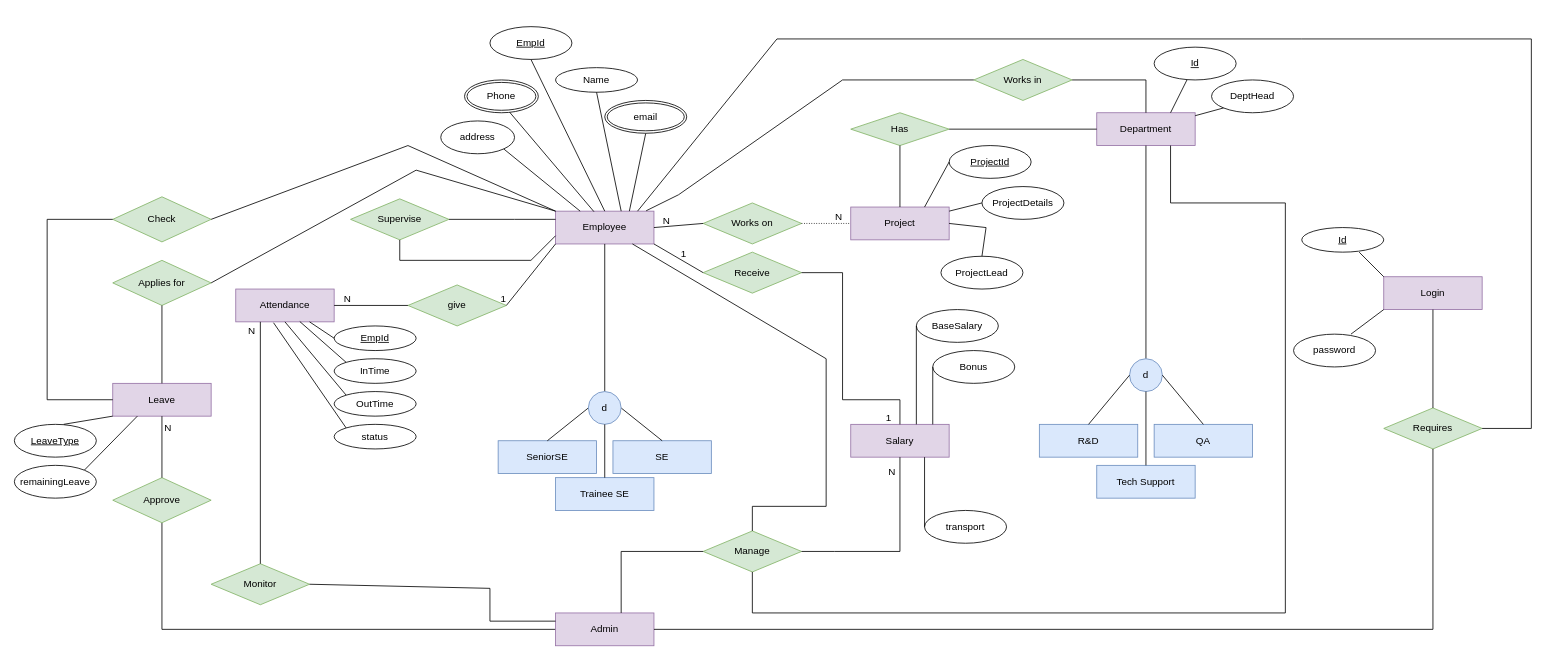
This is ERD/EER_Software.drawio from nabilah-h-s/NSL, a draw.io file, before an edit. Source tidied: cells renumbered, new cells numbered last; positions are measured from the earlier drawing's top-left corner, leaving out a move shared by most shapes. Both pictures are drawn from the tidied source at 82%, with x=0, y=0 at pixel (14, 26).
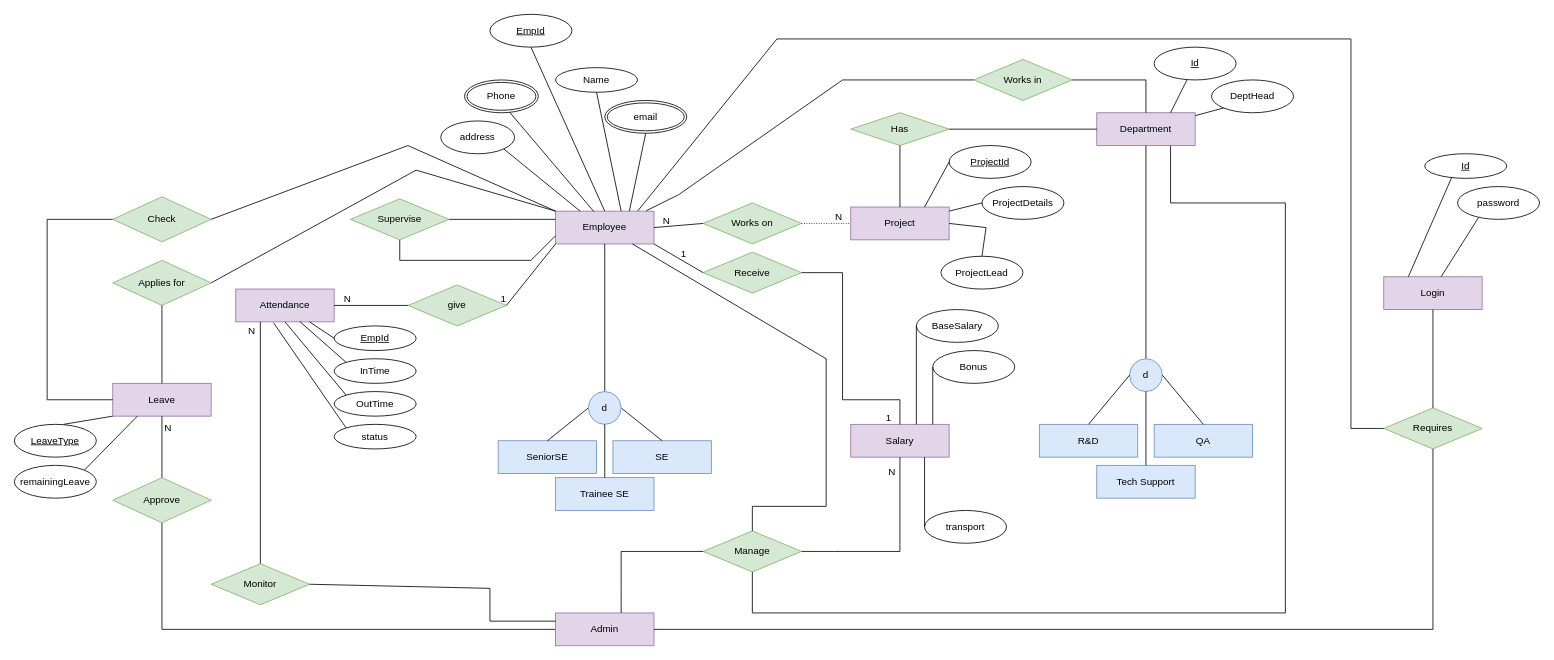
After the change.

The change refers to these unchanged cells:
```xml
<mxCell id="92" value="Login" style="rounded=0;whiteSpace=wrap;html=1;fillColor=#e1d5e7;strokeColor=#9673a6;" parent="1" vertex="1">
  <mxGeometry x="1670" y="305" width="120" height="40" as="geometry" />
</mxCell>
<mxCell id="95" value="Requires" style="shape=rhombus;perimeter=rhombusPerimeter;whiteSpace=wrap;html=1;align=center;fillColor=#d5e8d4;strokeColor=#82b366;" parent="1" vertex="1">
  <mxGeometry x="1670" y="465" width="120" height="50" as="geometry" />
</mxCell>
```

Change to the diagram source:
```diff
@@
     <mxCell id="13" value="EmpId" style="ellipse;whiteSpace=wrap;html=1;align=center;fontStyle=4;" parent="1" vertex="1">
-      <mxGeometry x="580" width="100" height="40" as="geometry" />
+      <mxGeometry x="580" y="-15" width="100" height="40" as="geometry" />
     </mxCell>
@@
     <mxCell id="77" value="password" style="ellipse;whiteSpace=wrap;html=1;" parent="1" vertex="1">
-      <mxGeometry x="1560" y="375" width="100" height="40" as="geometry" />
+      <mxGeometry x="1760" y="195" width="100" height="40" as="geometry" />
     </mxCell>
@@
     <mxCell id="91" value="Id" style="ellipse;whiteSpace=wrap;html=1;align=center;fontStyle=4;" parent="1" vertex="1">
-      <mxGeometry x="1570" y="245" width="100" height="30" as="geometry" />
+      <mxGeometry x="1720" y="155" width="100" height="30" as="geometry" />
     </mxCell>
@@
-    <mxCell id="93" style="endArrow=none;html=1;rounded=0;exitX=0;exitY=0;exitDx=0;exitDy=0;" parent="1" edge="1" source="92">
-      <mxGeometry relative="1" as="geometry">
-        <mxPoint x="1640" y="275" as="targetPoint" />
-      </mxGeometry>
+    <mxCell id="93" style="endArrow=none;html=1;rounded=0;exitX=0.25;exitY=0;exitDx=0;exitDy=0;entryX=0.328;entryY=0.967;entryDx=0;entryDy=0;entryPerimeter=0;" parent="1" edge="1" source="92" target="91">
+      <mxGeometry relative="1" as="geometry" />
     </mxCell>
-    <mxCell id="94" style="endArrow=none;html=1;rounded=0;exitX=0;exitY=1;exitDx=0;exitDy=0;entryX=0.7;entryY=0;entryDx=0;entryDy=0;entryPerimeter=0;" parent="1" edge="1" source="92" target="77">
+    <mxCell id="94" style="endArrow=none;html=1;rounded=0;entryX=0.256;entryY=0.945;entryDx=0;entryDy=0;exitX=0.583;exitY=0;exitDx=0;exitDy=0;exitPerimeter=0;entryPerimeter=0;" parent="1" edge="1" source="92" target="77">
       <mxGeometry relative="1" as="geometry" />
     </mxCell>
@@
-    <mxCell id="98" style="endArrow=none;html=1;rounded=0;entryX=1;entryY=0.5;entryDx=0;entryDy=0;" parent="1" edge="1" target="95">
+    <mxCell id="98" style="endArrow=none;html=1;rounded=0;entryX=0;entryY=0.5;entryDx=0;entryDy=0;" parent="1" edge="1" target="95">
       <mxGeometry relative="1" as="geometry">
         <mxPoint x="760" y="225" as="sourcePoint" />
         <Array as="points">
           <mxPoint x="930" y="15" />
           <mxPoint x="1570" y="15" />
-          <mxPoint x="1850" y="15" />
-          <mxPoint x="1850" y="490" />
+          <mxPoint x="1630" y="15" />
+          <mxPoint x="1630" y="490" />
         </Array>
       </mxGeometry>
     </mxCell>
```
